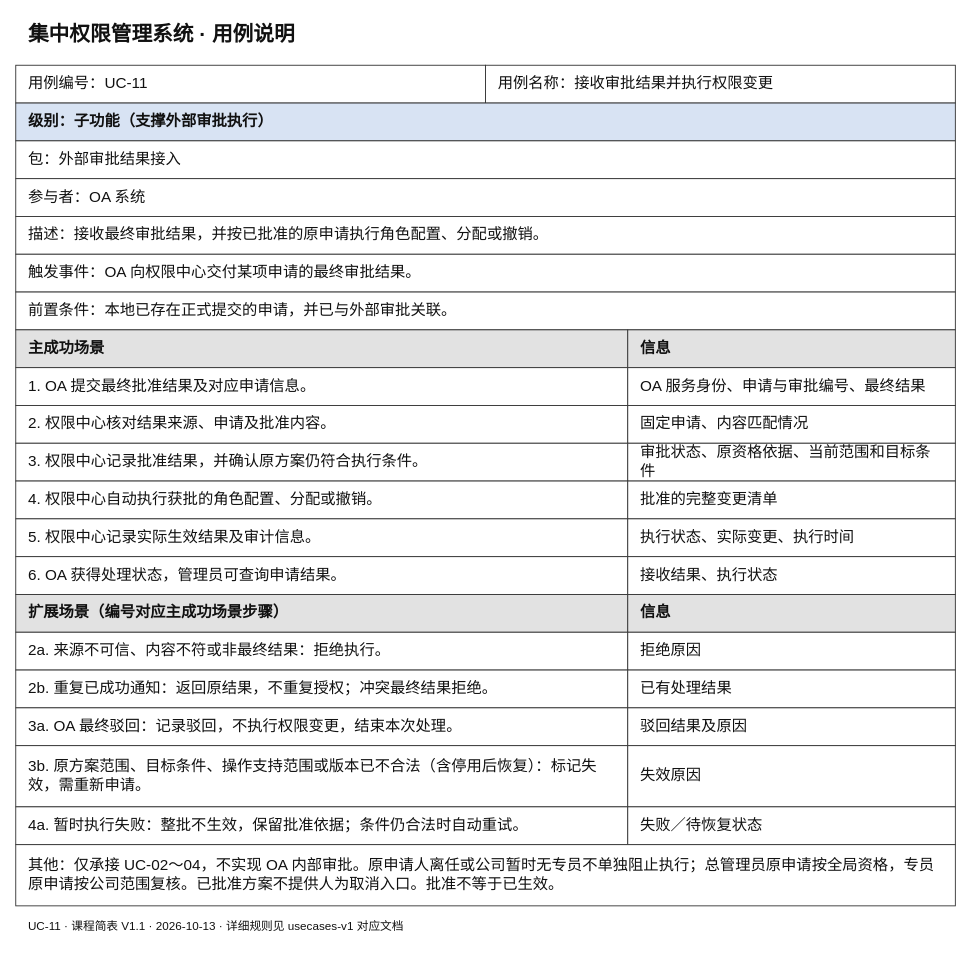
Above: docs/按用例分类/UC-11_接收审批结果并执行权限变更/课程简表.drawio in Noah-hope/RBAC-admin (draw.io), before the change. Source tidied: cells renumbered, new cells numbered last; positions are measured from the earlier drawing's top-left corner, leaving out a move shared by most shapes. Both pictures are drawn from the tidied source at 90%, with x=0, y=0 at pixel (15, 15).
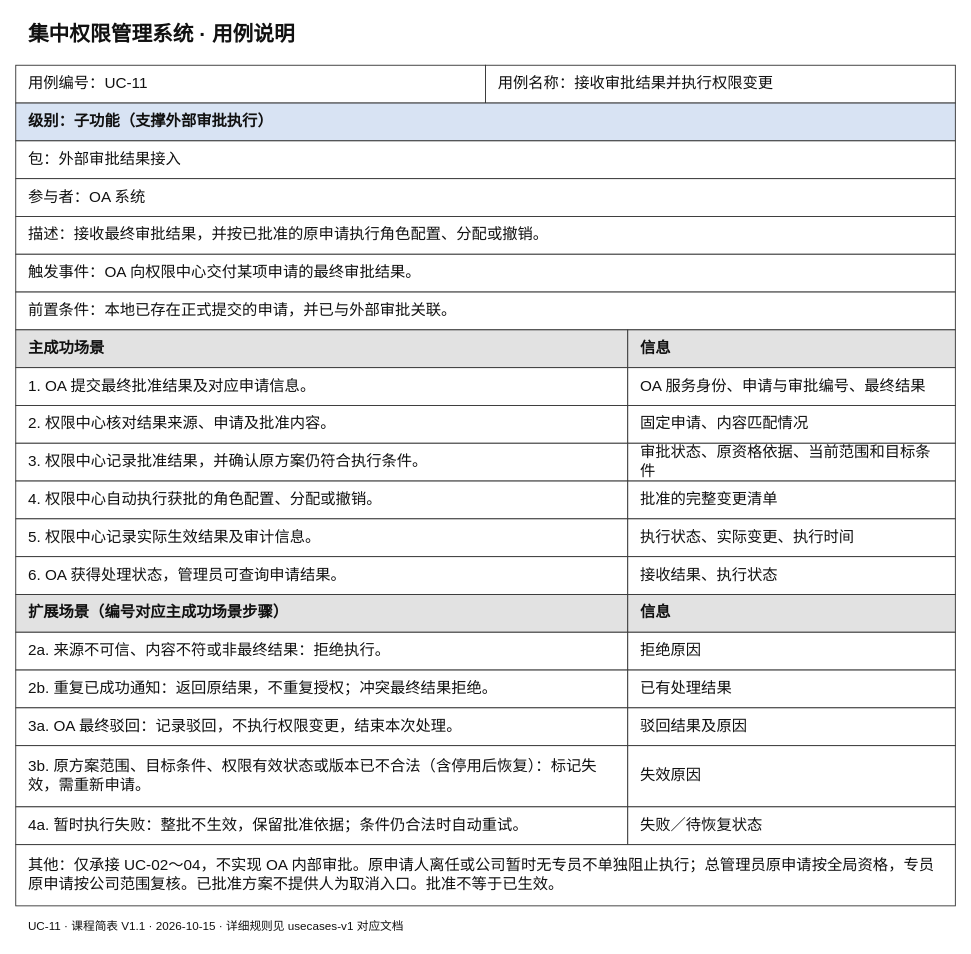
The same diagram, later.

Diff of the diagram source:
```diff
@@
-    <mxCell id="33" value="3b. 原方案范围、目标条件、操作支持范围或版本已不合法（含停用后恢复）：标记失效，需重新申请。" style="rounded=0;whiteSpace=wrap;html=0;fontFamily=Microsoft YaHei;fontSize=17;fontColor=#111111;align=left;verticalAlign=middle;spacingLeft=12;spacingRight=12;spacingTop=8;spacingBottom=8;fillColor=#ffffff;strokeColor=#333333;fontStyle=0;" parent="1" vertex="1">
+    <mxCell id="33" value="3b. 原方案范围、目标条件、权限有效状态或版本已不合法（含停用后恢复）：标记失效，需重新申请。" style="rounded=0;whiteSpace=wrap;html=0;fontFamily=Microsoft YaHei;fontSize=17;fontColor=#111111;align=left;verticalAlign=middle;spacingLeft=12;spacingRight=12;spacingTop=8;spacingBottom=8;fillColor=#ffffff;strokeColor=#333333;fontStyle=0;" parent="1" vertex="1">
       <mxGeometry y="811" width="680" height="68" as="geometry" />
     </mxCell>
@@
-    <mxCell id="38" value="UC-11 · 课程简表 V1.1 · 2026-10-13 · 详细规则见 usecases-v1 对应文档" style="rounded=0;whiteSpace=wrap;html=0;fontFamily=Microsoft YaHei;fontSize=13;fontColor=#111111;align=left;verticalAlign=middle;spacingLeft=12;spacingRight=12;spacingTop=8;spacingBottom=8;fillColor=#ffffff;strokeColor=none;fontStyle=0;" parent="1" vertex="1">
+    <mxCell id="38" value="UC-11 · 课程简表 V1.1 · 2026-10-15 · 详细规则见 usecases-v1 对应文档" style="rounded=0;whiteSpace=wrap;html=0;fontFamily=Microsoft YaHei;fontSize=13;fontColor=#111111;align=left;verticalAlign=middle;spacingLeft=12;spacingRight=12;spacingTop=8;spacingBottom=8;fillColor=#ffffff;strokeColor=none;fontStyle=0;" parent="1" vertex="1">
       <mxGeometry y="996" width="1044" height="30" as="geometry" />
     </mxCell>
```
